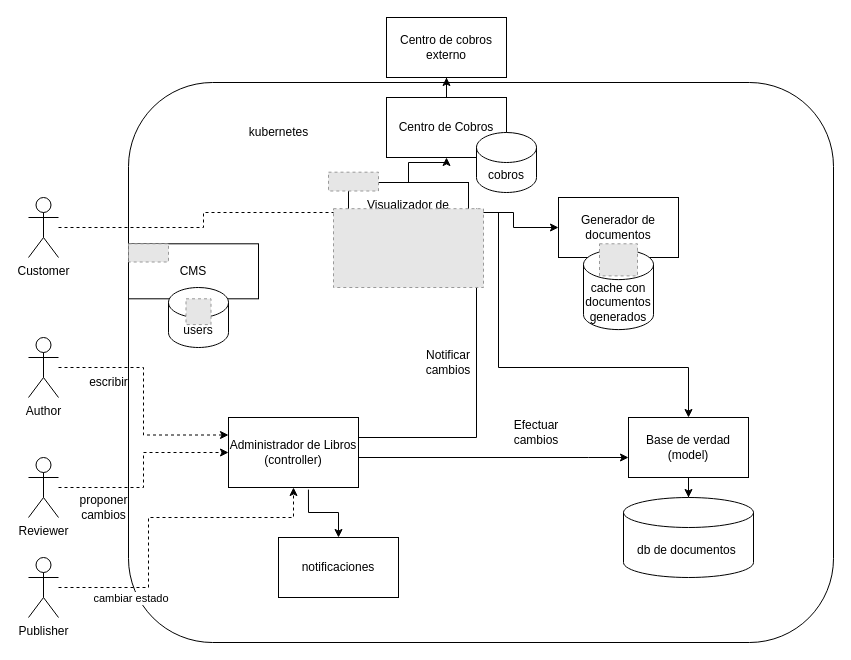
This is page "General" (1 of 4) of jhonathan.drawio from segurajhona/arqui-katas, a draw.io file, before an edit. Source tidied: cells renumbered, new cells numbered last; positions are measured from the earlier drawing's top-left corner, leaving out a move shared by most shapes. Both pictures are drawn from the tidied source at 100%, with x=0, y=0 at pixel (28, 17). Pictures stored in the file or linked from it are replaced by grey dashed boxes.
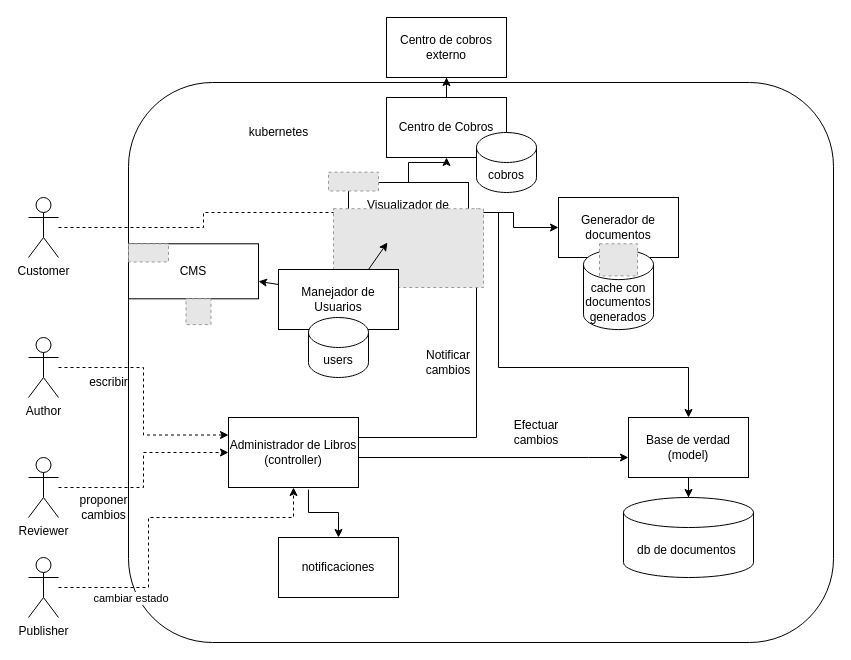
The same diagram, later.

The change refers to these unchanged cells:
```xml
<mxCell id="6" value="Visualizador de Documentos" style="rounded=0;whiteSpace=wrap;html=1;" parent="1" vertex="1">
  <mxGeometry x="320" y="165" width="120" height="60" as="geometry" />
</mxCell>
<mxCell id="23" value="CMS" style="rounded=0;whiteSpace=wrap;html=1;" parent="1" vertex="1">
  <mxGeometry x="100" y="226.3" width="130" height="55" as="geometry" />
</mxCell>
```

Change to the diagram source:
```diff
@@
-    <mxCell id="24" value="users" style="shape=cylinder3;whiteSpace=wrap;html=1;boundedLbl=1;backgroundOutline=1;size=15;" parent="1" vertex="1">
-      <mxGeometry x="140" y="270" width="60" height="60" as="geometry" />
-    </mxCell>
@@
+    <mxCell id="42" style="edgeStyle=none;html=1;exitX=0.75;exitY=0;exitDx=0;exitDy=0;" parent="1" edge="1" source="44" target="6">
+      <mxGeometry relative="1" as="geometry" />
+    </mxCell>
+    <mxCell id="43" style="edgeStyle=none;html=1;exitX=0;exitY=0.25;exitDx=0;exitDy=0;" parent="1" edge="1" source="44" target="23">
+      <mxGeometry relative="1" as="geometry" />
+    </mxCell>
+    <mxCell id="44" value="Manejador de Usuarios" style="rounded=0;whiteSpace=wrap;html=1;" parent="1" vertex="1">
+      <mxGeometry x="250" y="252" width="120" height="60" as="geometry" />
+    </mxCell>
+    <mxCell id="24" value="users" style="shape=cylinder3;whiteSpace=wrap;html=1;boundedLbl=1;backgroundOutline=1;size=15;" parent="1" vertex="1">
+      <mxGeometry x="280" y="300" width="60" height="60" as="geometry" />
+    </mxCell>
```
